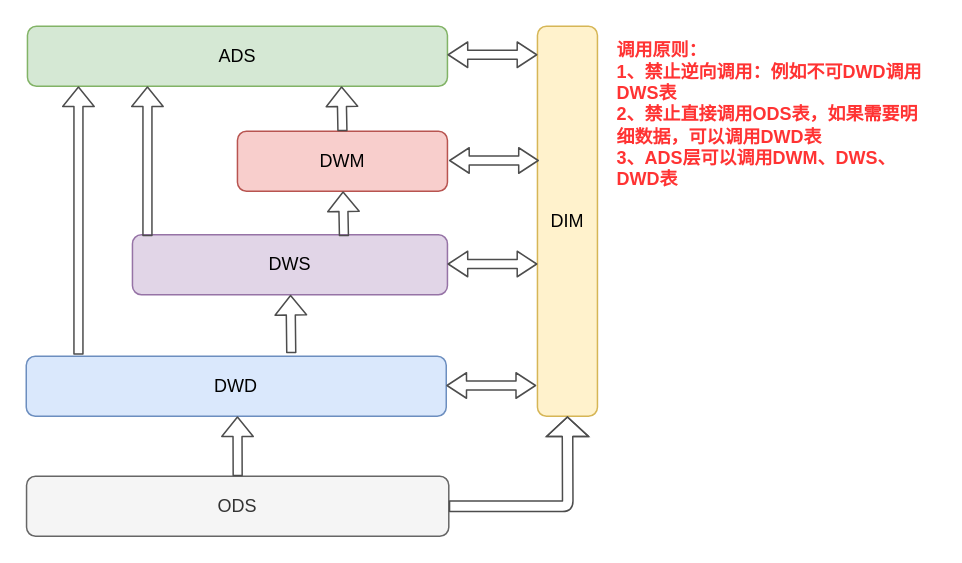
Before: page "分层调用原则" (3 of 3) of pet_data_warehouse/数仓3.0分层.drawio in fangzheng0518/draw, a draw.io diagram. Source tidied: cells renumbered, new cells numbered last; positions are measured from the earlier drawing's top-left corner, leaving out a move shared by most shapes. Both pictures are drawn from the tidied source at 150%, with x=0, y=0 at pixel (26, 26).
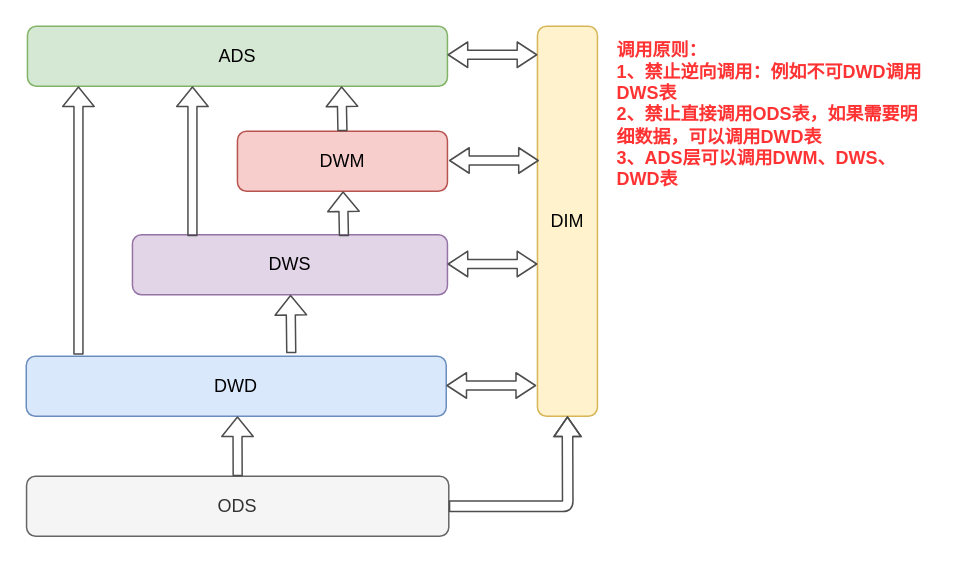
The same diagram, later.

Commit message:
更新数仓3.0分层.drawio

The change refers to these unchanged cells:
```xml
<mxCell id="6" value="ODS" style="rounded=1;whiteSpace=wrap;html=1;fillColor=#f5f5f5;strokeColor=#666666;fontColor=#333333;" parent="1" vertex="1">
  <mxGeometry x="0.2" y="300" width="281.5" height="40" as="geometry" />
</mxCell>
<mxCell id="7" value="DIM" style="rounded=1;whiteSpace=wrap;html=1;fillColor=#fff2cc;strokeColor=#d6b656;direction=west;" parent="1" vertex="1">
  <mxGeometry x="340.8" width="40" height="260" as="geometry" />
</mxCell>
```

Diff of the diagram source:
```diff
@@
     <mxCell id="9" style="shape=flexArrow;endArrow=classic;html=1;strokeColor=#4D4D4D;strokeWidth=1;endSize=4;startSize=5;width=6;startWidth=16;endWidth=14;" parent="1" edge="1">
       <mxGeometry relative="1" as="geometry">
-        <mxPoint x="80.8" y="140" as="sourcePoint" />
-        <mxPoint x="80.8" y="40" as="targetPoint" />
+        <mxPoint x="110.8" y="140" as="sourcePoint" />
+        <mxPoint x="110.8" y="40" as="targetPoint" />
       </mxGeometry>
     </mxCell>
@@
-    <mxCell id="19" style="shape=flexArrow;endArrow=classic;html=1;strokeColor=#4D4D4D;strokeWidth=1;exitX=1;exitY=0.5;exitDx=0;exitDy=0;entryX=0.5;entryY=0;entryDx=0;entryDy=0;width=7;startWidth=10;endSize=4;startSize=5;" parent="1" edge="1" source="6" target="7">
+    <mxCell id="19" style="shape=flexArrow;endArrow=classic;html=1;strokeColor=#4D4D4D;strokeWidth=1;exitX=1;exitY=0.5;exitDx=0;exitDy=0;entryX=0.5;entryY=0;entryDx=0;entryDy=0;width=7;startWidth=10;endSize=4;startSize=3;endWidth=10;" parent="1" edge="1" source="6" target="7">
       <mxGeometry relative="1" as="geometry">
         <Array as="points">
           <mxPoint x="361" y="320" />
         </Array>
       </mxGeometry>
     </mxCell>
```
